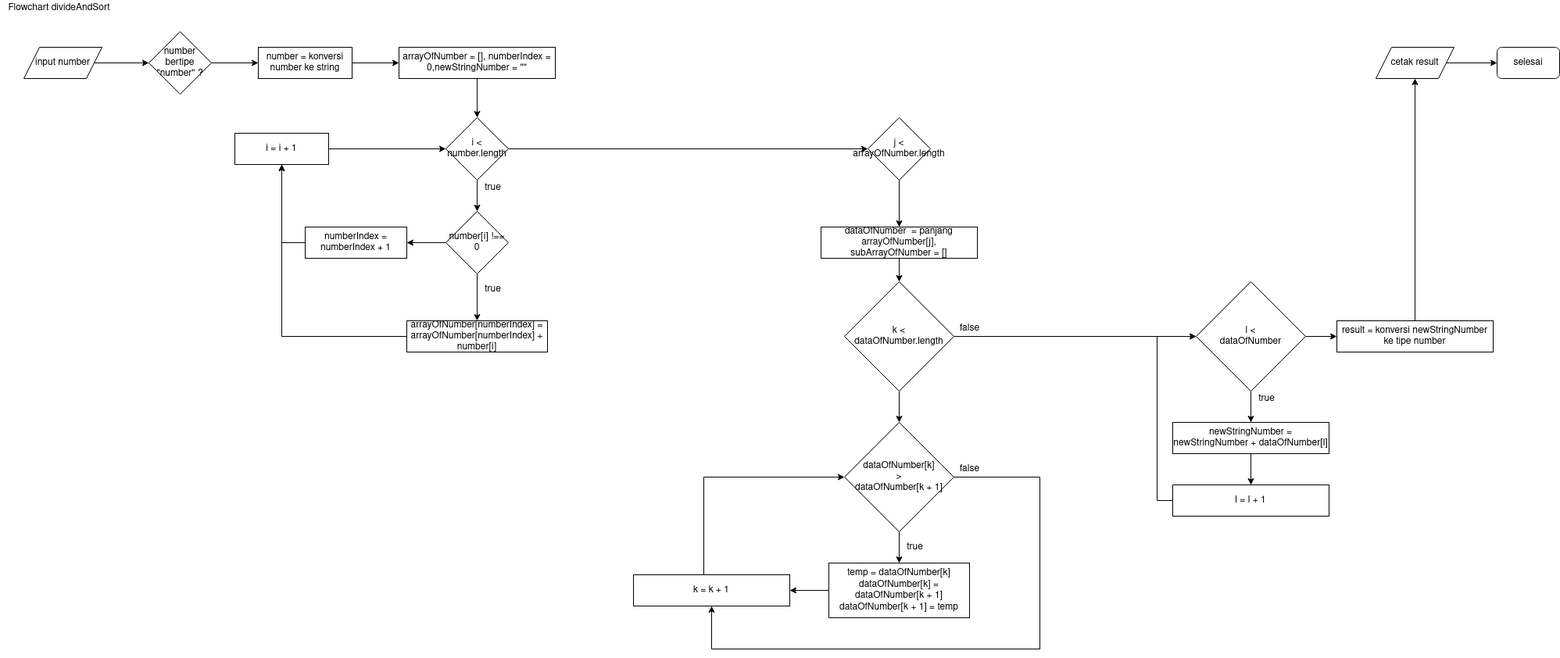
Before: soal3/flowchart divideAndSort.png, a diagram exported from draw.io (sipamungkas/code-implementation). Source tidied: cells renumbered, new cells last; positions are measured from the earlier drawing's top-left corner, leaving out a move shared by most shapes.
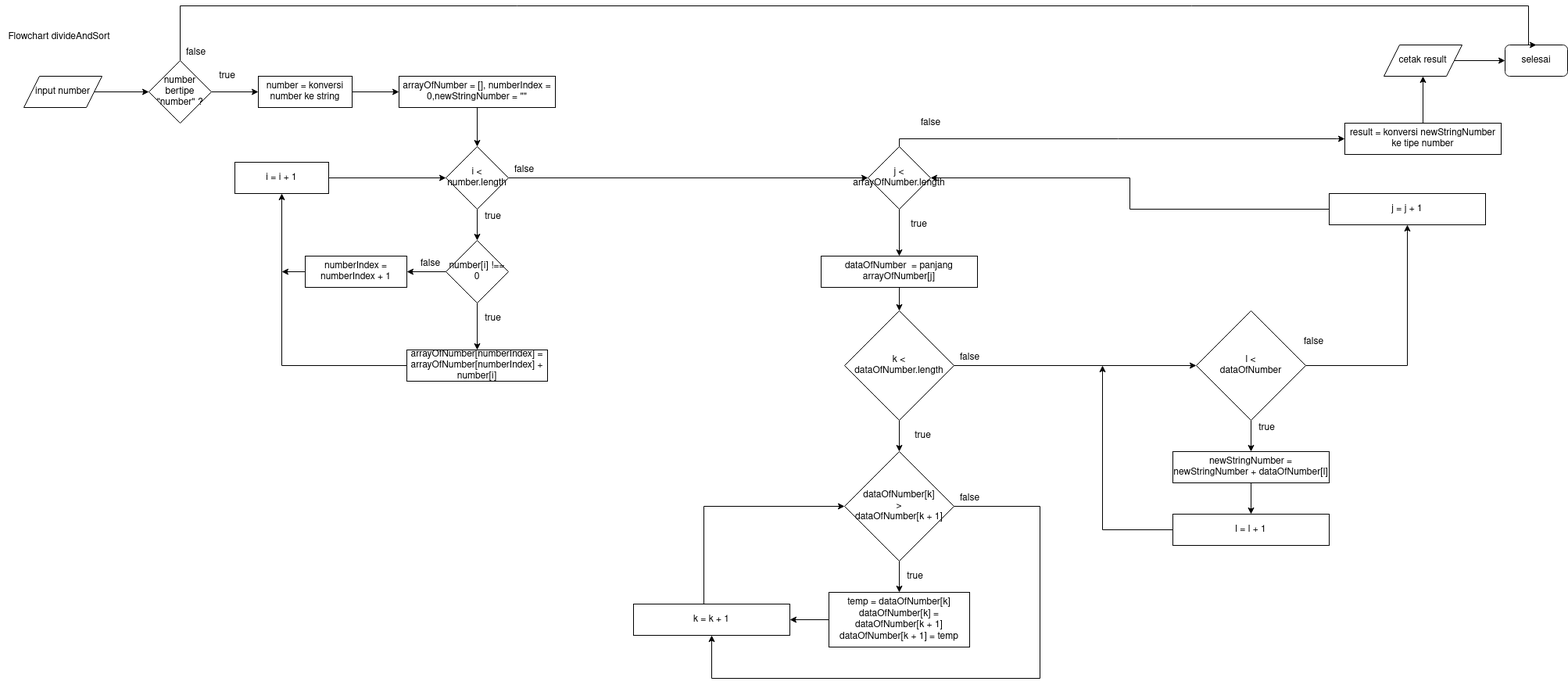
The same diagram one commit later.

What changed in the source:
```diff
@@ -6,7 +6,7 @@
       <mxGeometry width="150" height="20" as="geometry" />
     </mxCell>
     <mxCell id="3" value="selesai" style="rounded=1;whiteSpace=wrap;html=1;" parent="1" vertex="1">
-      <mxGeometry x="1915" y="60" width="80" height="40" as="geometry" />
+      <mxGeometry x="1925" y="20" width="80" height="40" as="geometry" />
     </mxCell>
     <mxCell id="4" style="edgeStyle=orthogonalEdgeStyle;rounded=0;jettySize=auto;html=1;" parent="1" edge="1" source="5">
       <mxGeometry relative="1" as="geometry">
@@ -19,6 +19,15 @@
     <mxCell id="6" style="edgeStyle=orthogonalEdgeStyle;rounded=0;jettySize=auto;html=1;" parent="1" edge="1" source="7" target="9">
       <mxGeometry relative="1" as="geometry" />
     </mxCell>
+    <mxCell id="55" style="edgeStyle=orthogonalEdgeStyle;rounded=0;jettySize=auto;html=1;entryX=0.5;entryY=0;entryDx=0;entryDy=0;" parent="1" edge="1" source="7" target="3">
+      <mxGeometry relative="1" as="geometry">
+        <Array as="points">
+          <mxPoint x="230" y="-30" />
+          <mxPoint x="1955" y="-30" />
+          <mxPoint x="1955" y="20" />
+        </Array>
+      </mxGeometry>
+    </mxCell>
     <mxCell id="7" value="number bertipe &quot;number&quot; ?" style="rhombus;whiteSpace=wrap;html=1;" parent="1" vertex="1">
       <mxGeometry x="190" y="40" width="80" height="80" as="geometry" />
     </mxCell>
@@ -66,7 +75,7 @@
     </mxCell>
     <mxCell id="22" style="edgeStyle=orthogonalEdgeStyle;rounded=0;jettySize=auto;html=1;" parent="1" edge="1" source="23">
       <mxGeometry relative="1" as="geometry">
-        <mxPoint x="360" y="210" as="targetPoint" />
+        <mxPoint x="360" y="310" as="targetPoint" />
       </mxGeometry>
     </mxCell>
     <mxCell id="23" value="numberIndex = numberIndex + 1" style="rounded=0;whiteSpace=wrap;html=1;" parent="1" vertex="1">
@@ -81,13 +90,21 @@
     <mxCell id="26" style="edgeStyle=orthogonalEdgeStyle;rounded=0;jettySize=auto;html=1;" parent="1" edge="1" source="27" target="29">
       <mxGeometry relative="1" as="geometry" />
     </mxCell>
+    <mxCell id="56" style="edgeStyle=orthogonalEdgeStyle;rounded=0;jettySize=auto;html=1;entryX=0;entryY=0.5;entryDx=0;entryDy=0;" parent="1" edge="1" source="27" target="52">
+      <mxGeometry relative="1" as="geometry">
+        <Array as="points">
+          <mxPoint x="1150" y="140" />
+          <mxPoint x="1710" y="140" />
+        </Array>
+      </mxGeometry>
+    </mxCell>
     <mxCell id="27" value="j &amp;lt; arrayOfNumber.length" style="rhombus;whiteSpace=wrap;html=1;" parent="1" vertex="1">
       <mxGeometry x="1110" y="150" width="80" height="80" as="geometry" />
     </mxCell>
     <mxCell id="28" style="edgeStyle=orthogonalEdgeStyle;rounded=0;jettySize=auto;html=1;" parent="1" edge="1" source="29" target="32">
       <mxGeometry relative="1" as="geometry" />
     </mxCell>
-    <mxCell id="29" value="dataOfNumber&amp;nbsp; = panjang arrayOfNumber[j],&lt;div&gt;subArrayOfNumber = []&lt;/div&gt;" style="rounded=0;whiteSpace=wrap;html=1;" parent="1" vertex="1">
+    <mxCell id="29" value="dataOfNumber&amp;nbsp; = panjang arrayOfNumber[j]" style="rounded=0;whiteSpace=wrap;html=1;" parent="1" vertex="1">
       <mxGeometry x="1050" y="290" width="200" height="40" as="geometry" />
     </mxCell>
     <mxCell id="30" style="edgeStyle=orthogonalEdgeStyle;rounded=0;jettySize=auto;html=1;" parent="1" edge="1" source="32" target="35">
@@ -139,9 +156,9 @@
     <mxCell id="42" style="edgeStyle=orthogonalEdgeStyle;rounded=0;jettySize=auto;html=1;" parent="1" edge="1" source="44" target="47">
       <mxGeometry relative="1" as="geometry" />
     </mxCell>
-    <mxCell id="43" style="edgeStyle=orthogonalEdgeStyle;rounded=0;jettySize=auto;html=1;" parent="1" edge="1" source="44" target="52">
-      <mxGeometry relative="1" as="geometry" />
-    </mxCell>
+    <mxCell id="57" style="edgeStyle=orthogonalEdgeStyle;rounded=0;jettySize=auto;html=1;entryX=0.5;entryY=1;entryDx=0;entryDy=0;" parent="1" edge="1" source="44" target="66">
+      <mxGeometry relative="1" as="geometry" />
+    </mxCell>
     <mxCell id="44" value="&lt;div&gt;l &amp;lt; &lt;br&gt;&lt;/div&gt;&lt;div&gt;dataOfNumber&lt;br&gt;&lt;/div&gt;" style="rhombus;whiteSpace=wrap;html=1;" parent="1" vertex="1">
       <mxGeometry x="1530" y="360" width="140" height="140" as="geometry" />
     </mxCell>
@@ -154,11 +171,12 @@
     <mxCell id="47" value="newStringNumber = newStringNumber + dataOfNumber[l]" style="rounded=0;whiteSpace=wrap;html=1;" parent="1" vertex="1">
       <mxGeometry x="1500" y="540" width="200" height="40" as="geometry" />
     </mxCell>
-    <mxCell id="48" style="edgeStyle=orthogonalEdgeStyle;rounded=0;jettySize=auto;html=1;entryX=0;entryY=0.5;entryDx=0;entryDy=0;" parent="1" edge="1" source="49" target="44">
+    <mxCell id="48" style="edgeStyle=orthogonalEdgeStyle;rounded=0;jettySize=auto;html=1;" parent="1" edge="1" source="49">
       <mxGeometry relative="1" as="geometry">
+        <mxPoint x="1410" y="430" as="targetPoint" />
         <Array as="points">
-          <mxPoint x="1480" y="640" />
-          <mxPoint x="1480" y="430" />
+          <mxPoint x="1410" y="640" />
+          <mxPoint x="1410" y="430" />
         </Array>
       </mxGeometry>
     </mxCell>
@@ -172,13 +190,43 @@
       <mxGeometry relative="1" as="geometry" />
     </mxCell>
     <mxCell id="52" value="result = konversi newStringNumber ke tipe number" style="rounded=0;whiteSpace=wrap;html=1;" parent="1" vertex="1">
-      <mxGeometry x="1710" y="410" width="200" height="40" as="geometry" />
+      <mxGeometry x="1720" y="120" width="200" height="40" as="geometry" />
     </mxCell>
     <mxCell id="53" style="edgeStyle=orthogonalEdgeStyle;rounded=0;jettySize=auto;html=1;" parent="1" edge="1" source="54" target="3">
       <mxGeometry relative="1" as="geometry" />
     </mxCell>
     <mxCell id="54" value="cetak result" style="shape=parallelogram;perimeter=parallelogramPerimeter;whiteSpace=wrap;html=1;fixedSize=1;" parent="1" vertex="1">
-      <mxGeometry x="1760" y="60" width="100" height="40" as="geometry" />
+      <mxGeometry x="1770" y="20" width="100" height="40" as="geometry" />
     </mxCell>
+    <mxCell id="58" value="true" style="text;html=1;align=center;verticalAlign=middle;" parent="1" vertex="1">
+      <mxGeometry x="270" y="50" width="40" height="20" as="geometry" />
+    </mxCell>
+    <mxCell id="59" value="false" style="text;html=1;align=center;verticalAlign=middle;" parent="1" vertex="1">
+      <mxGeometry x="230" y="20" width="40" height="20" as="geometry" />
+    </mxCell>
+    <mxCell id="60" value="false" style="text;html=1;align=center;verticalAlign=middle;" parent="1" vertex="1">
+      <mxGeometry x="650" y="170" width="40" height="20" as="geometry" />
+    </mxCell>
+    <mxCell id="61" value="false" style="text;html=1;align=center;verticalAlign=middle;" parent="1" vertex="1">
+      <mxGeometry x="530" y="290" width="40" height="20" as="geometry" />
+    </mxCell>
+    <mxCell id="62" value="true" style="text;html=1;align=center;verticalAlign=middle;" parent="1" vertex="1">
+      <mxGeometry x="1155" y="240" width="40" height="20" as="geometry" />
+    </mxCell>
+    <mxCell id="63" value="true" style="text;html=1;align=center;verticalAlign=middle;" parent="1" vertex="1">
+      <mxGeometry x="1160" y="510" width="40" height="20" as="geometry" />
+    </mxCell>
+    <mxCell id="64" value="false" style="text;html=1;align=center;verticalAlign=middle;" parent="1" vertex="1">
+      <mxGeometry x="1660" y="390" width="40" height="20" as="geometry" />
+    </mxCell>
+    <mxCell id="65" style="edgeStyle=orthogonalEdgeStyle;rounded=0;jettySize=auto;html=1;entryX=1;entryY=0.5;entryDx=0;entryDy=0;" parent="1" edge="1" source="66" target="27">
+      <mxGeometry relative="1" as="geometry" />
+    </mxCell>
+    <mxCell id="66" value="j = j + 1" style="rounded=0;whiteSpace=wrap;html=1;" parent="1" vertex="1">
+      <mxGeometry x="1700" y="210" width="200" height="40" as="geometry" />
+    </mxCell>
+    <mxCell id="67" value="false" style="text;html=1;align=center;verticalAlign=middle;" parent="1" vertex="1">
+      <mxGeometry x="1170" y="110" width="40" height="20" as="geometry" />
+    </mxCell>
   </root>
 </mxGraphModel>
```
